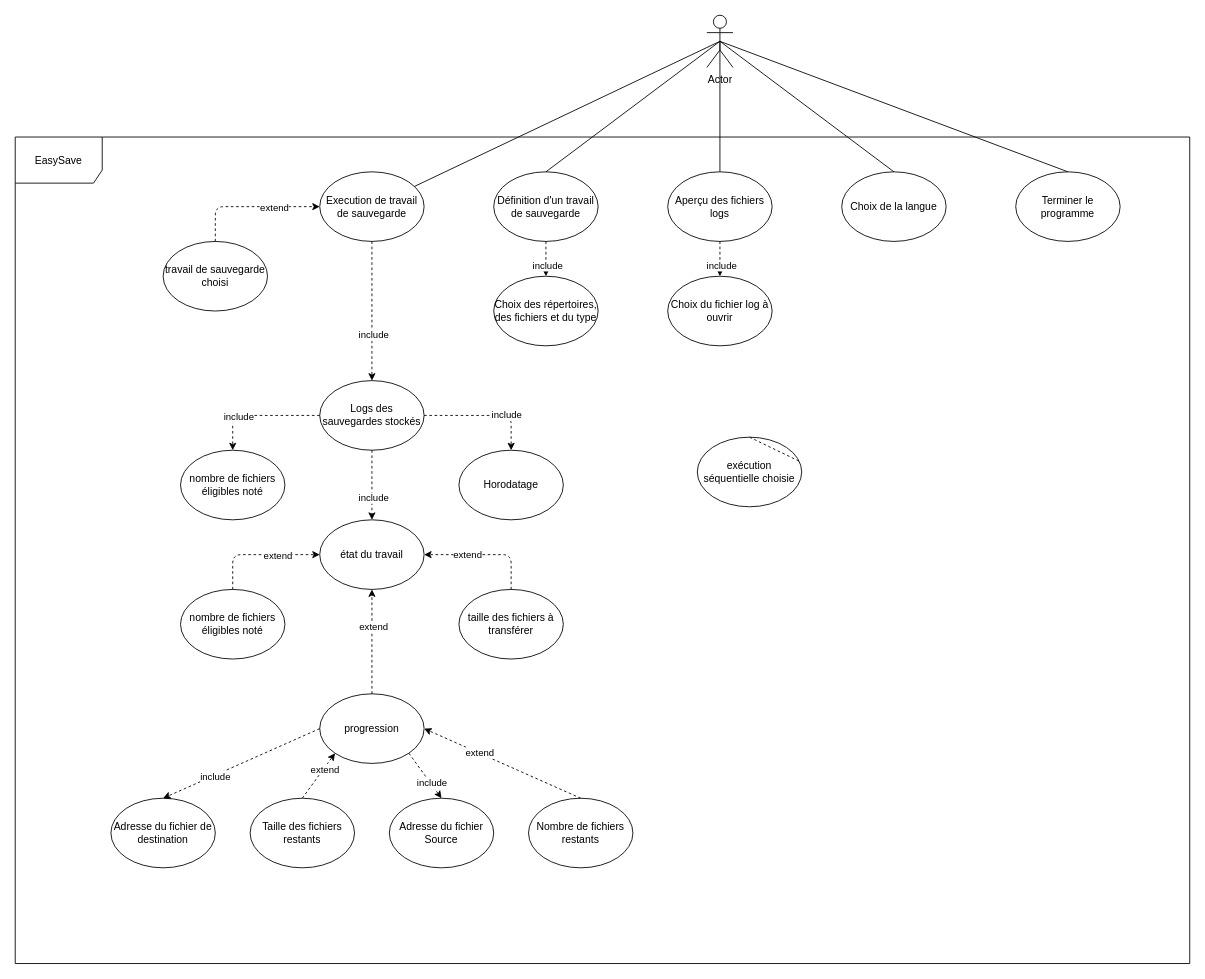
The draw.io diagram Livrable 1/Use_Case_Diagram.drawio in AxokGit/ProgrammationSystemeG1, before the edit. Source tidied: cells renumbered, new cells numbered last; positions are measured from the earlier drawing's top-left corner, leaving out a move shared by most shapes. Both pictures are drawn from the tidied source at 87%, with x=0, y=0 at pixel (15, 15).
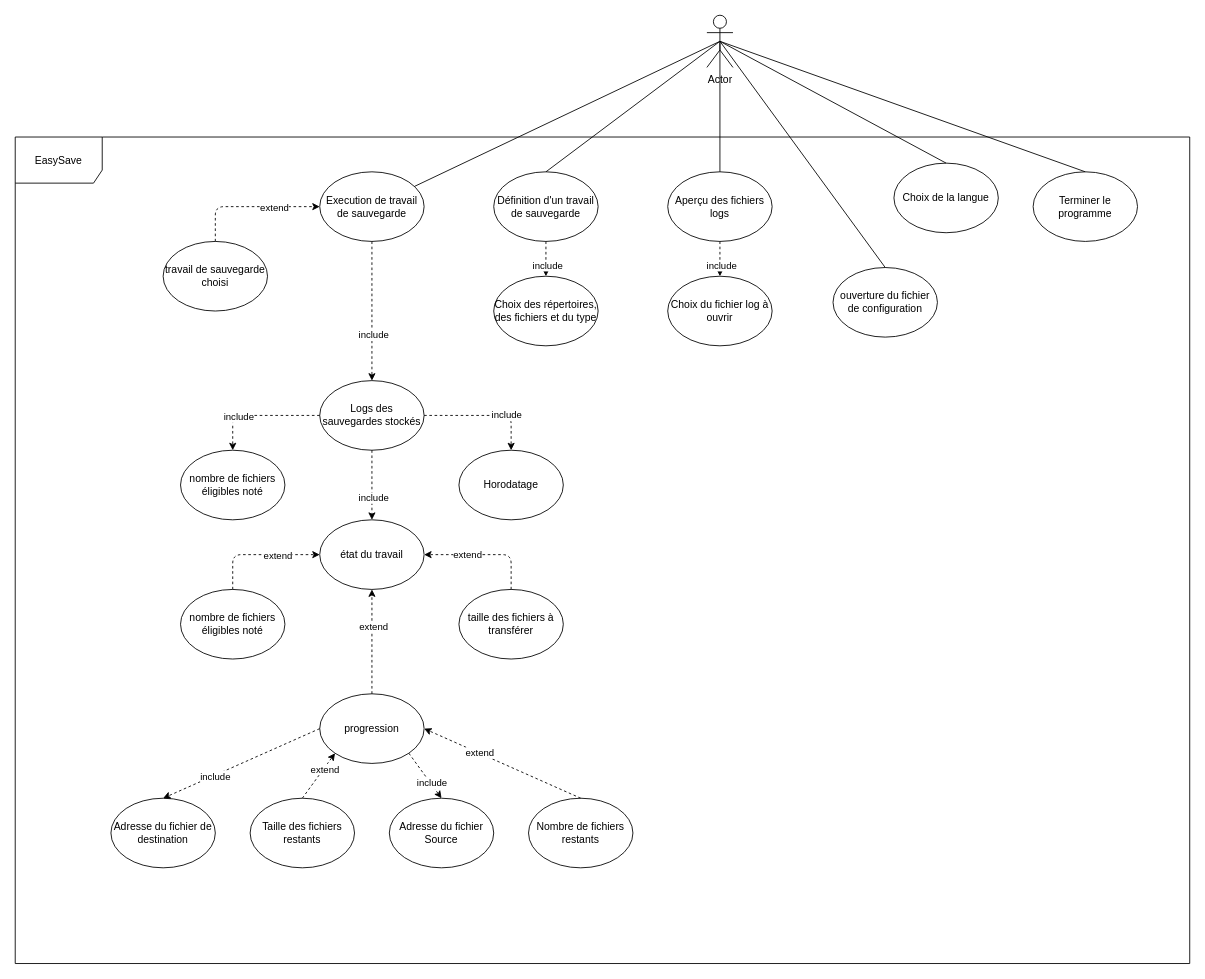
The same page after the edit.

Commit message:
Modifying the Use case Diagram

Change to the diagram source:
```diff
@@
     <mxCell id="4" value="Choix de la langue" style="ellipse;whiteSpace=wrap;html=1;" parent="1" vertex="1">
-      <mxGeometry x="950" y="180" width="120" height="80" as="geometry" />
+      <mxGeometry x="1010" y="170" width="120" height="80" as="geometry" />
     </mxCell>
@@
-    <mxCell id="9" value="exécution séquentielle choisie" style="ellipse;whiteSpace=wrap;html=1;" parent="1" vertex="1">
-      <mxGeometry x="784" y="485" width="120" height="80" as="geometry" />
+    <mxCell id="9" value="ouverture du fichier de configuration" style="ellipse;whiteSpace=wrap;html=1;" parent="1" vertex="1">
+      <mxGeometry x="940" y="290" width="120" height="80" as="geometry" />
     </mxCell>
@@
     <mxCell id="54" value="Terminer le programme" style="ellipse;whiteSpace=wrap;html=1;" parent="1" vertex="1">
-      <mxGeometry x="1150" y="180" width="120" height="80" as="geometry" />
+      <mxGeometry x="1170" y="180" width="120" height="80" as="geometry" />
     </mxCell>
@@
-    <mxCell id="57" style="html=1;labelBackgroundColor=#ffffff;startArrow=none;startFill=0;startSize=6;endArrow=none;endFill=1;endSize=6;jettySize=auto;orthogonalLoop=1;strokeWidth=1;dashed=1;fontSize=14;exitX=0.5;exitY=0;exitDx=0;exitDy=0;entryX=0.983;entryY=0.35;entryDx=0;entryDy=0;entryPerimeter=0;" parent="1" edge="1" source="9" target="9">
-      <mxGeometry relative="1" as="geometry" />
-    </mxCell>
+    <mxCell id="58" style="endArrow=none;html=1;exitX=0.5;exitY=0;exitDx=0;exitDy=0;" parent="1" edge="1" source="9">
+      <mxGeometry relative="1" as="geometry">
+        <mxPoint x="810" y="30" as="targetPoint" />
+      </mxGeometry>
+    </mxCell>
```
